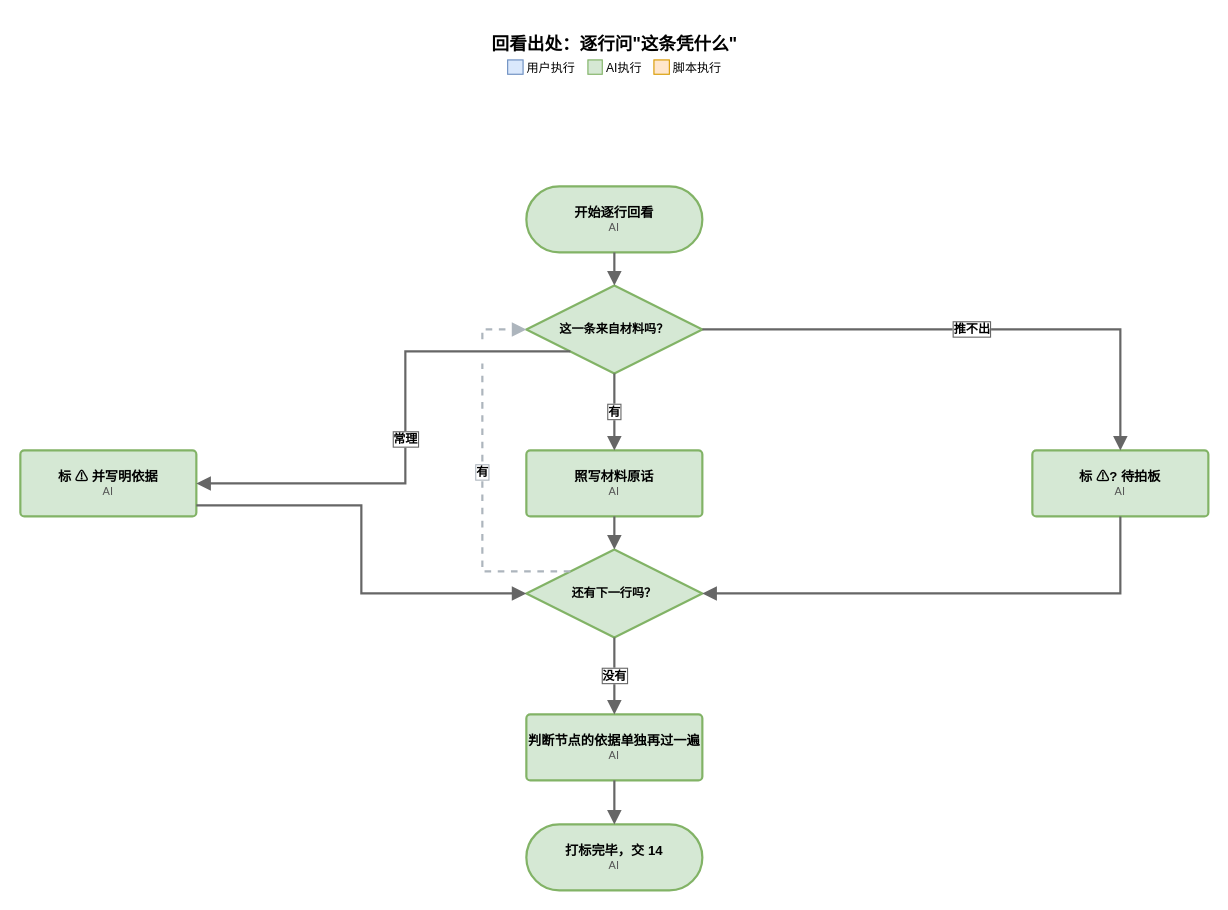
The draw.io diagram page 6 of 10 of dev/baseline/workflow/workflow-flow.drawio in Luys521/flowchart-skill, before the edit. Source tidied: cells renumbered, new cells numbered last; positions are measured from the earlier drawing's top-left corner, leaving out a move shared by most shapes. Both pictures are drawn from the tidied source at 110%, with x=0, y=0 at pixel (20, 19).
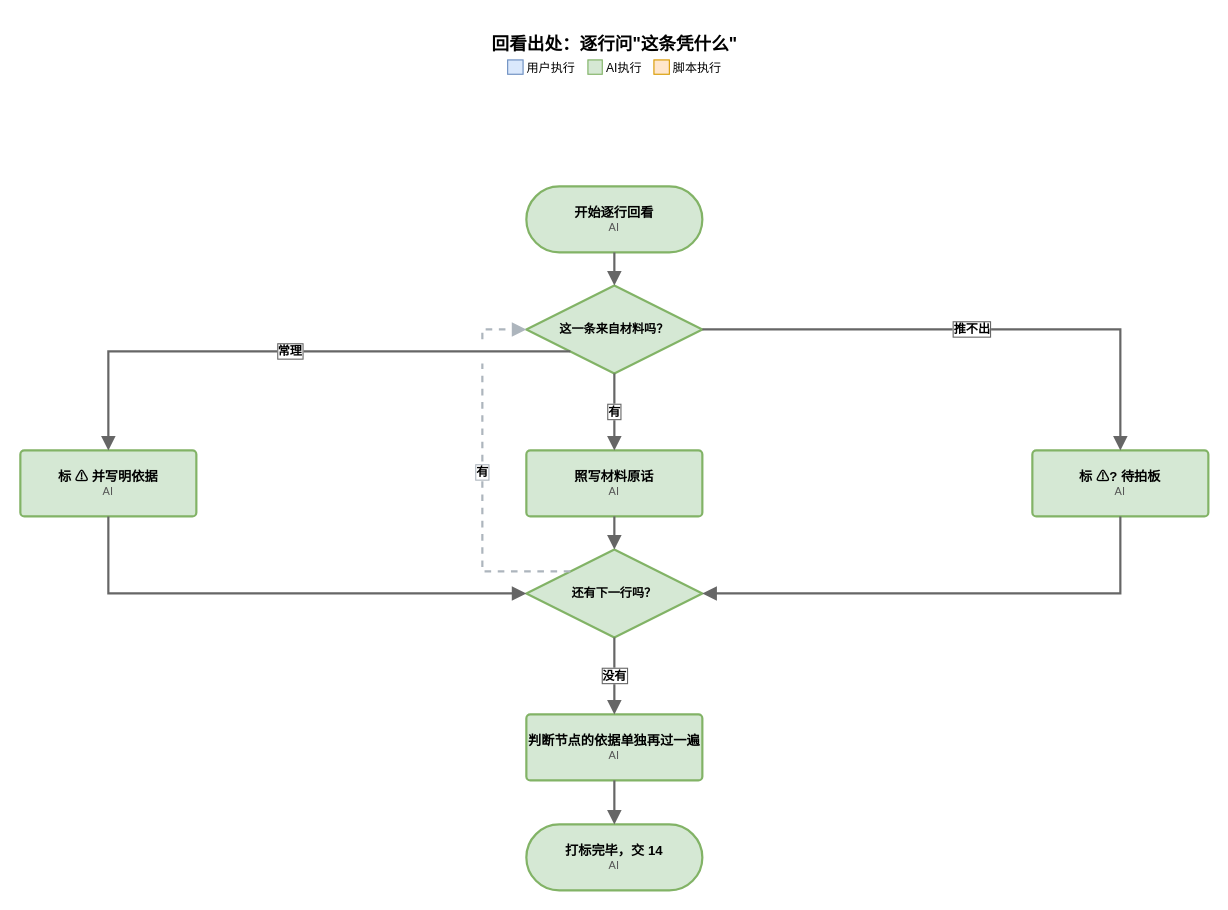
The same page after the edit.

The change refers to these unchanged cells:
```xml
<mxCell id="4" value="&lt;div style=&quot;font-weight:bold;&quot;&gt;这一条来自材料吗？&lt;/div&gt;" style="rhombus;whiteSpace=wrap;html=1;strokeWidth=2;fontFamily=Microsoft YaHei;verticalAlign=middle;fillColor=#d5e8d4;strokeColor=#82b366;fontSize=11;flowchartSkillNative=1;" parent="1" vertex="1">
  <mxGeometry x="460" y="242" width="160" height="80" as="geometry" />
</mxCell>
<mxCell id="6" value="&lt;div style=&quot;font-weight:bold;&quot;&gt;标 ⚠ 并写明依据&lt;/div&gt;&lt;div style=&quot;color:#555555;font-size:10px;&quot;&gt;AI&lt;/div&gt;" style="rounded=1;arcSize=6;whiteSpace=wrap;html=1;strokeWidth=2;fontFamily=Microsoft YaHei;verticalAlign=middle;fillColor=#d5e8d4;strokeColor=#82b366;fontSize=12;flowchartSkillNative=1;" parent="1" vertex="1">
  <mxGeometry y="392" width="160" height="60" as="geometry" />
</mxCell>
<mxCell id="8" value="&lt;div style=&quot;font-weight:bold;&quot;&gt;还有下一行吗？&lt;/div&gt;" style="rhombus;whiteSpace=wrap;html=1;strokeWidth=2;fontFamily=Microsoft YaHei;verticalAlign=middle;fillColor=#d5e8d4;strokeColor=#82b366;fontSize=11;flowchartSkillNative=1;" parent="1" vertex="1">
  <mxGeometry x="460" y="482" width="160" height="80" as="geometry" />
</mxCell>
```

What changed in the source:
```diff
@@
-    <mxCell id="13" value="常理" style="edgeStyle=orthogonalEdgeStyle;rounded=0;jettySize=auto;html=1;exitX=0.25;exitY=0.75;entryX=1.0;entryY=0.5;endArrow=block;endFill=1;endSize=8;strokeWidth=2;strokeColor=#666666;fontSize=11;fontStyle=1;fontFamily=Microsoft YaHei;labelBackgroundColor=#ffffff;labelBorderColor=#666666;" parent="1" edge="1" source="4" target="6">
+    <mxCell id="13" value="常理" style="edgeStyle=orthogonalEdgeStyle;rounded=0;jettySize=auto;html=1;exitX=0.25;exitY=0.75;entryX=0.5;entryY=0.0;endArrow=block;endFill=1;endSize=8;strokeWidth=2;strokeColor=#666666;fontSize=11;fontStyle=1;fontFamily=Microsoft YaHei;labelBackgroundColor=#ffffff;labelBorderColor=#666666;" parent="1" edge="1" source="4" target="6">
       <mxGeometry relative="1" as="geometry">
         <Array as="points">
-          <mxPoint x="350" y="302" />
-          <mxPoint x="350" y="422" />
+          <mxPoint x="80" y="302" />
         </Array>
       </mxGeometry>
     </mxCell>
@@
-    <mxCell id="16" style="edgeStyle=orthogonalEdgeStyle;rounded=0;jettySize=auto;html=1;exitX=1.0;exitY=0.8333;entryX=0.0;entryY=0.5;endArrow=block;endFill=1;endSize=8;strokeWidth=2;strokeColor=#666666;fontSize=11;fontStyle=1;fontFamily=Microsoft YaHei;labelBackgroundColor=#ffffff;labelBorderColor=#666666;" parent="1" edge="1" source="6" target="8">
+    <mxCell id="16" style="edgeStyle=orthogonalEdgeStyle;rounded=0;jettySize=auto;html=1;exitX=0.5;exitY=1.0;entryX=0.0;entryY=0.5;endArrow=block;endFill=1;endSize=8;strokeWidth=2;strokeColor=#666666;fontSize=11;fontStyle=1;fontFamily=Microsoft YaHei;labelBackgroundColor=#ffffff;labelBorderColor=#666666;" parent="1" edge="1" source="6" target="8">
       <mxGeometry relative="1" as="geometry">
         <Array as="points">
-          <mxPoint x="310" y="442" />
-          <mxPoint x="310" y="522" />
+          <mxPoint x="80" y="522" />
         </Array>
       </mxGeometry>
     </mxCell>
```
